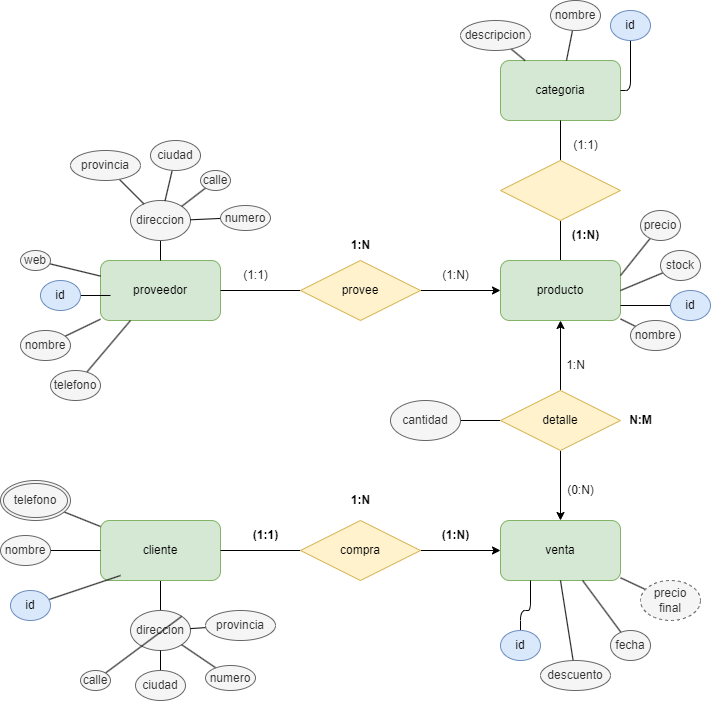
Before: BAE/Tareas/Unidad1/Images/ejercicio2.paso2.drawio.png, a diagram exported from draw.io (ResetMeNow/DAW). Source tidied: cells renumbered, new cells last; positions are measured from the earlier drawing's top-left corner, leaving out a move shared by most shapes. The source it was exported from:
```xml
<mxGraphModel>
  <root>
    <mxCell id="0" />
    <mxCell id="1" parent="0" />
    <mxCell id="2" value="proveedor" style="rounded=1;whiteSpace=wrap;html=1;fillColor=#d5e8d4;strokeColor=#82b366;" parent="1" vertex="1">
      <mxGeometry x="100" y="260" width="120" height="60" as="geometry" />
    </mxCell>
    <mxCell id="3" style="edgeStyle=none;html=1;entryX=0.5;entryY=1;entryDx=0;entryDy=0;endArrow=none;endFill=0;" parent="1" edge="1" source="4" target="20">
      <mxGeometry relative="1" as="geometry" />
    </mxCell>
    <mxCell id="4" value="producto" style="rounded=1;whiteSpace=wrap;html=1;fillColor=#d5e8d4;strokeColor=#82b366;" parent="1" vertex="1">
      <mxGeometry x="500" y="260" width="120" height="60" as="geometry" />
    </mxCell>
    <mxCell id="5" value="venta" style="rounded=1;whiteSpace=wrap;html=1;fillColor=#d5e8d4;strokeColor=#82b366;" parent="1" vertex="1">
      <mxGeometry x="500" y="520" width="120" height="60" as="geometry" />
    </mxCell>
    <mxCell id="6" style="edgeStyle=none;html=1;endArrow=none;endFill=0;" parent="1" edge="1" source="7">
      <mxGeometry relative="1" as="geometry">
        <mxPoint x="160" y="620" as="targetPoint" />
      </mxGeometry>
    </mxCell>
    <mxCell id="7" value="cliente" style="rounded=1;whiteSpace=wrap;html=1;fillColor=#d5e8d4;strokeColor=#82b366;" parent="1" vertex="1">
      <mxGeometry x="100" y="520" width="120" height="60" as="geometry" />
    </mxCell>
    <mxCell id="8" value="categoria" style="rounded=1;whiteSpace=wrap;html=1;fillColor=#d5e8d4;strokeColor=#82b366;" parent="1" vertex="1">
      <mxGeometry x="500" y="60" width="120" height="60" as="geometry" />
    </mxCell>
    <mxCell id="9" style="edgeStyle=none;html=1;entryX=1;entryY=0.5;entryDx=0;entryDy=0;endArrow=none;endFill=0;" parent="1" edge="1" source="11" target="2">
      <mxGeometry relative="1" as="geometry" />
    </mxCell>
    <mxCell id="10" style="edgeStyle=none;html=1;entryX=0;entryY=0.5;entryDx=0;entryDy=0;endArrow=classic;endFill=1;" parent="1" edge="1" source="11" target="4">
      <mxGeometry relative="1" as="geometry" />
    </mxCell>
    <mxCell id="11" value="provee" style="rhombus;whiteSpace=wrap;html=1;fillColor=#fff2cc;strokeColor=#d6b656;" parent="1" vertex="1">
      <mxGeometry x="300" y="260" width="120" height="60" as="geometry" />
    </mxCell>
    <mxCell id="12" style="edgeStyle=none;html=1;entryX=0;entryY=0.5;entryDx=0;entryDy=0;" parent="1" edge="1" source="14" target="5">
      <mxGeometry relative="1" as="geometry" />
    </mxCell>
    <mxCell id="13" style="edgeStyle=none;html=1;entryX=1;entryY=0.5;entryDx=0;entryDy=0;endArrow=none;endFill=0;" parent="1" edge="1" source="14" target="7">
      <mxGeometry relative="1" as="geometry" />
    </mxCell>
    <mxCell id="14" value="compra" style="rhombus;whiteSpace=wrap;html=1;fillColor=#fff2cc;strokeColor=#d6b656;" parent="1" vertex="1">
      <mxGeometry x="300" y="520" width="120" height="60" as="geometry" />
    </mxCell>
    <mxCell id="15" style="edgeStyle=none;html=1;endArrow=classic;endFill=1;" parent="1" edge="1" source="18" target="4">
      <mxGeometry relative="1" as="geometry" />
    </mxCell>
    <mxCell id="16" style="edgeStyle=none;html=1;endArrow=classic;endFill=1;" parent="1" edge="1" source="18" target="5">
      <mxGeometry relative="1" as="geometry" />
    </mxCell>
    <mxCell id="17" style="edgeStyle=none;html=1;endArrow=none;endFill=0;" parent="1" edge="1" source="18" target="21">
      <mxGeometry relative="1" as="geometry" />
    </mxCell>
    <mxCell id="18" value="detalle" style="rhombus;whiteSpace=wrap;html=1;fillColor=#fff2cc;strokeColor=#d6b656;" parent="1" vertex="1">
      <mxGeometry x="500" y="390" width="120" height="60" as="geometry" />
    </mxCell>
    <mxCell id="19" style="edgeStyle=none;html=1;endArrow=none;endFill=0;" parent="1" edge="1" source="20" target="8">
      <mxGeometry relative="1" as="geometry" />
    </mxCell>
    <mxCell id="20" style="rhombus;whiteSpace=wrap;html=1;fillColor=#fff2cc;strokeColor=#d6b656;" parent="1" vertex="1">
      <mxGeometry x="500" y="160" width="120" height="60" as="geometry" />
    </mxCell>
    <mxCell id="21" value="cantidad" style="ellipse;whiteSpace=wrap;html=1;fillColor=#f5f5f5;fontColor=#333333;strokeColor=#666666;" parent="1" vertex="1">
      <mxGeometry x="390" y="400" width="70" height="40" as="geometry" />
    </mxCell>
    <mxCell id="22" style="edgeStyle=none;html=1;entryX=1;entryY=0.75;entryDx=0;entryDy=0;endArrow=none;endFill=0;" parent="1" edge="1" source="23" target="4">
      <mxGeometry relative="1" as="geometry">
        <Array as="points">
          <mxPoint x="670" y="305" />
        </Array>
      </mxGeometry>
    </mxCell>
    <mxCell id="23" value="id" style="ellipse;whiteSpace=wrap;html=1;fillColor=#dae8fc;strokeColor=#6c8ebf;" parent="1" vertex="1">
      <mxGeometry x="670" y="290" width="40" height="30" as="geometry" />
    </mxCell>
    <mxCell id="24" style="edgeStyle=none;html=1;entryX=0.083;entryY=0.583;entryDx=0;entryDy=0;entryPerimeter=0;endArrow=none;endFill=0;" parent="1" edge="1" source="25" target="2">
      <mxGeometry relative="1" as="geometry" />
    </mxCell>
    <mxCell id="25" value="id" style="ellipse;whiteSpace=wrap;html=1;fillColor=#dae8fc;strokeColor=#6c8ebf;" parent="1" vertex="1">
      <mxGeometry x="40" y="280" width="40" height="30" as="geometry" />
    </mxCell>
    <mxCell id="26" style="edgeStyle=none;html=1;endArrow=none;endFill=0;entryX=1;entryY=0.5;entryDx=0;entryDy=0;" parent="1" edge="1" source="27" target="8">
      <mxGeometry relative="1" as="geometry">
        <Array as="points">
          <mxPoint x="630" y="90" />
        </Array>
      </mxGeometry>
    </mxCell>
    <mxCell id="27" value="id" style="ellipse;whiteSpace=wrap;html=1;fillColor=#dae8fc;strokeColor=#6c8ebf;" parent="1" vertex="1">
      <mxGeometry x="610" y="10" width="40" height="30" as="geometry" />
    </mxCell>
    <mxCell id="28" style="edgeStyle=none;html=1;entryX=0.167;entryY=0.917;entryDx=0;entryDy=0;entryPerimeter=0;endArrow=none;endFill=0;" parent="1" edge="1" source="29" target="7">
      <mxGeometry relative="1" as="geometry" />
    </mxCell>
    <mxCell id="29" value="id" style="ellipse;whiteSpace=wrap;html=1;fillColor=#dae8fc;strokeColor=#6c8ebf;" parent="1" vertex="1">
      <mxGeometry x="10" y="590" width="40" height="30" as="geometry" />
    </mxCell>
    <mxCell id="30" style="edgeStyle=none;html=1;endArrow=none;endFill=0;entryX=0.25;entryY=1;entryDx=0;entryDy=0;" parent="1" edge="1" source="31" target="5">
      <mxGeometry relative="1" as="geometry">
        <Array as="points">
          <mxPoint x="520" y="610" />
          <mxPoint x="530" y="610" />
        </Array>
      </mxGeometry>
    </mxCell>
    <mxCell id="31" value="id" style="ellipse;whiteSpace=wrap;html=1;fillColor=#dae8fc;strokeColor=#6c8ebf;" parent="1" vertex="1">
      <mxGeometry x="500" y="630" width="40" height="30" as="geometry" />
    </mxCell>
    <mxCell id="32" style="edgeStyle=none;html=1;endArrow=none;endFill=0;" parent="1" edge="1" source="33" target="2">
      <mxGeometry relative="1" as="geometry" />
    </mxCell>
    <mxCell id="33" value="nombre" style="ellipse;whiteSpace=wrap;html=1;fillColor=#f5f5f5;fontColor=#333333;strokeColor=#666666;" parent="1" vertex="1">
      <mxGeometry x="20" y="330" width="50" height="30" as="geometry" />
    </mxCell>
    <mxCell id="34" style="edgeStyle=none;html=1;entryX=0.25;entryY=1;entryDx=0;entryDy=0;endArrow=none;endFill=0;" parent="1" edge="1" source="35" target="2">
      <mxGeometry relative="1" as="geometry" />
    </mxCell>
    <mxCell id="35" value="telefono" style="ellipse;whiteSpace=wrap;html=1;fillColor=#f5f5f5;fontColor=#333333;strokeColor=#666666;" parent="1" vertex="1">
      <mxGeometry x="50" y="370" width="50" height="30" as="geometry" />
    </mxCell>
    <mxCell id="36" style="edgeStyle=none;html=1;endArrow=none;endFill=0;" parent="1" edge="1" source="37" target="2">
      <mxGeometry relative="1" as="geometry" />
    </mxCell>
    <mxCell id="37" value="web" style="ellipse;whiteSpace=wrap;html=1;fillColor=#f5f5f5;fontColor=#333333;strokeColor=#666666;" parent="1" vertex="1">
      <mxGeometry x="20" y="250" width="30" height="20" as="geometry" />
    </mxCell>
    <mxCell id="38" style="edgeStyle=none;html=1;endArrow=none;endFill=0;" parent="1" edge="1" source="39" target="2">
      <mxGeometry relative="1" as="geometry" />
    </mxCell>
    <mxCell id="39" value="direccion" style="ellipse;whiteSpace=wrap;html=1;fillColor=#f5f5f5;fontColor=#333333;strokeColor=#666666;" parent="1" vertex="1">
      <mxGeometry x="130" y="200" width="60" height="40" as="geometry" />
    </mxCell>
    <mxCell id="40" style="edgeStyle=none;html=1;endArrow=none;endFill=0;" parent="1" edge="1" source="41" target="39">
      <mxGeometry relative="1" as="geometry" />
    </mxCell>
    <mxCell id="41" value="provincia" style="ellipse;whiteSpace=wrap;html=1;fillColor=#f5f5f5;fontColor=#333333;strokeColor=#666666;" parent="1" vertex="1">
      <mxGeometry x="70" y="150" width="70" height="30" as="geometry" />
    </mxCell>
    <mxCell id="42" style="edgeStyle=none;html=1;endArrow=none;endFill=0;" parent="1" edge="1" source="43" target="39">
      <mxGeometry relative="1" as="geometry" />
    </mxCell>
    <mxCell id="43" value="ciudad" style="ellipse;whiteSpace=wrap;html=1;fillColor=#f5f5f5;fontColor=#333333;strokeColor=#666666;" parent="1" vertex="1">
      <mxGeometry x="150" y="140" width="50" height="30" as="geometry" />
    </mxCell>
    <mxCell id="44" style="edgeStyle=none;html=1;entryX=1;entryY=0;entryDx=0;entryDy=0;endArrow=none;endFill=0;" parent="1" edge="1" source="45" target="39">
      <mxGeometry relative="1" as="geometry" />
    </mxCell>
    <mxCell id="45" value="calle" style="ellipse;whiteSpace=wrap;html=1;fillColor=#f5f5f5;fontColor=#333333;strokeColor=#666666;" parent="1" vertex="1">
      <mxGeometry x="200" y="170" width="30" height="20" as="geometry" />
    </mxCell>
    <mxCell id="46" style="edgeStyle=none;html=1;endArrow=none;endFill=0;" parent="1" edge="1" source="47" target="39">
      <mxGeometry relative="1" as="geometry" />
    </mxCell>
    <mxCell id="47" value="numero" style="ellipse;whiteSpace=wrap;html=1;fillColor=#f5f5f5;fontColor=#333333;strokeColor=#666666;" parent="1" vertex="1">
      <mxGeometry x="220" y="205" width="50" height="25" as="geometry" />
    </mxCell>
    <mxCell id="48" style="edgeStyle=none;html=1;endArrow=none;endFill=0;" parent="1" edge="1" source="49" target="8">
      <mxGeometry relative="1" as="geometry" />
    </mxCell>
    <mxCell id="49" value="descripcion" style="ellipse;whiteSpace=wrap;html=1;fillColor=#f5f5f5;fontColor=#333333;strokeColor=#666666;" parent="1" vertex="1">
      <mxGeometry x="460" y="20" width="70" height="30" as="geometry" />
    </mxCell>
    <mxCell id="50" style="edgeStyle=none;html=1;endArrow=none;endFill=0;" parent="1" edge="1" source="51" target="8">
      <mxGeometry relative="1" as="geometry" />
    </mxCell>
    <mxCell id="51" value="nombre" style="ellipse;whiteSpace=wrap;html=1;fillColor=#f5f5f5;fontColor=#333333;strokeColor=#666666;" parent="1" vertex="1">
      <mxGeometry x="550" width="50" height="30" as="geometry" />
    </mxCell>
    <mxCell id="52" style="edgeStyle=none;html=1;endArrow=none;endFill=0;" parent="1" edge="1" source="53" target="4">
      <mxGeometry relative="1" as="geometry" />
    </mxCell>
    <mxCell id="53" value="nombre" style="ellipse;whiteSpace=wrap;html=1;fillColor=#f5f5f5;fontColor=#333333;strokeColor=#666666;" parent="1" vertex="1">
      <mxGeometry x="630" y="320" width="50" height="30" as="geometry" />
    </mxCell>
    <mxCell id="54" style="edgeStyle=none;html=1;entryX=1;entryY=0.25;entryDx=0;entryDy=0;endArrow=none;endFill=0;" parent="1" edge="1" source="55" target="4">
      <mxGeometry relative="1" as="geometry" />
    </mxCell>
    <mxCell id="55" value="precio" style="ellipse;whiteSpace=wrap;html=1;fillColor=#f5f5f5;fontColor=#333333;strokeColor=#666666;" parent="1" vertex="1">
      <mxGeometry x="640" y="210" width="40" height="30" as="geometry" />
    </mxCell>
    <mxCell id="56" style="edgeStyle=none;html=1;entryX=1;entryY=0.5;entryDx=0;entryDy=0;endArrow=none;endFill=0;" parent="1" edge="1" source="57" target="4">
      <mxGeometry relative="1" as="geometry" />
    </mxCell>
    <mxCell id="57" value="stock" style="ellipse;whiteSpace=wrap;html=1;fillColor=#f5f5f5;fontColor=#333333;strokeColor=#666666;" parent="1" vertex="1">
      <mxGeometry x="660" y="250" width="40" height="30" as="geometry" />
    </mxCell>
    <mxCell id="58" style="edgeStyle=none;html=1;entryX=0.5;entryY=1;entryDx=0;entryDy=0;endArrow=none;endFill=0;" parent="1" edge="1" source="59" target="5">
      <mxGeometry relative="1" as="geometry" />
    </mxCell>
    <mxCell id="59" value="descuento" style="ellipse;whiteSpace=wrap;html=1;fillColor=#f5f5f5;fontColor=#333333;strokeColor=#666666;" parent="1" vertex="1">
      <mxGeometry x="540" y="660" width="70" height="30" as="geometry" />
    </mxCell>
    <mxCell id="60" style="edgeStyle=none;html=1;endArrow=none;endFill=0;" parent="1" edge="1" source="61" target="5">
      <mxGeometry relative="1" as="geometry" />
    </mxCell>
    <mxCell id="61" value="fecha" style="ellipse;whiteSpace=wrap;html=1;fillColor=#f5f5f5;fontColor=#333333;strokeColor=#666666;" parent="1" vertex="1">
      <mxGeometry x="610" y="630" width="40" height="30" as="geometry" />
    </mxCell>
    <mxCell id="62" style="edgeStyle=none;html=1;endArrow=none;endFill=0;" parent="1" edge="1" source="63" target="5">
      <mxGeometry relative="1" as="geometry" />
    </mxCell>
    <mxCell id="63" value="precio final" style="ellipse;whiteSpace=wrap;html=1;align=center;dashed=1;fillColor=#f5f5f5;fontColor=#333333;strokeColor=#666666;" parent="1" vertex="1">
      <mxGeometry x="640" y="580" width="60" height="40" as="geometry" />
    </mxCell>
    <mxCell id="64" style="edgeStyle=none;html=1;endArrow=none;endFill=0;" parent="1" edge="1" source="65" target="7">
      <mxGeometry relative="1" as="geometry" />
    </mxCell>
    <mxCell id="65" value="telefono" style="ellipse;shape=doubleEllipse;margin=3;whiteSpace=wrap;html=1;align=center;fillColor=#f5f5f5;fontColor=#333333;strokeColor=#666666;" parent="1" vertex="1">
      <mxGeometry y="480" width="70" height="40" as="geometry" />
    </mxCell>
    <mxCell id="66" style="edgeStyle=none;html=1;endArrow=none;endFill=0;" parent="1" edge="1" source="67" target="7">
      <mxGeometry relative="1" as="geometry" />
    </mxCell>
    <mxCell id="67" value="nombre" style="ellipse;whiteSpace=wrap;html=1;fillColor=#f5f5f5;fontColor=#333333;strokeColor=#666666;" parent="1" vertex="1">
      <mxGeometry y="535" width="50" height="30" as="geometry" />
    </mxCell>
    <mxCell id="68" value="direccion" style="ellipse;whiteSpace=wrap;html=1;fillColor=#f5f5f5;fontColor=#333333;strokeColor=#666666;" parent="1" vertex="1">
      <mxGeometry x="130" y="610" width="60" height="40" as="geometry" />
    </mxCell>
    <mxCell id="69" style="edgeStyle=none;html=1;endArrow=none;endFill=0;" parent="1" edge="1" source="70" target="68">
      <mxGeometry relative="1" as="geometry" />
    </mxCell>
    <mxCell id="70" value="provincia" style="ellipse;whiteSpace=wrap;html=1;fillColor=#f5f5f5;fontColor=#333333;strokeColor=#666666;" parent="1" vertex="1">
      <mxGeometry x="205" y="610" width="70" height="30" as="geometry" />
    </mxCell>
    <mxCell id="71" style="edgeStyle=none;html=1;endArrow=none;endFill=0;" parent="1" edge="1" source="72" target="68">
      <mxGeometry relative="1" as="geometry" />
    </mxCell>
    <mxCell id="72" value="ciudad" style="ellipse;whiteSpace=wrap;html=1;fillColor=#f5f5f5;fontColor=#333333;strokeColor=#666666;" parent="1" vertex="1">
      <mxGeometry x="135" y="670" width="50" height="30" as="geometry" />
    </mxCell>
    <mxCell id="73" style="edgeStyle=none;html=1;entryX=1;entryY=0;entryDx=0;entryDy=0;endArrow=none;endFill=0;" parent="1" edge="1" source="74" target="68">
      <mxGeometry relative="1" as="geometry" />
    </mxCell>
    <mxCell id="74" value="calle" style="ellipse;whiteSpace=wrap;html=1;fillColor=#f5f5f5;fontColor=#333333;strokeColor=#666666;" parent="1" vertex="1">
      <mxGeometry x="80" y="670" width="30" height="20" as="geometry" />
    </mxCell>
    <mxCell id="75" style="edgeStyle=none;html=1;endArrow=none;endFill=0;" parent="1" edge="1" source="76" target="68">
      <mxGeometry relative="1" as="geometry" />
    </mxCell>
    <mxCell id="76" value="numero" style="ellipse;whiteSpace=wrap;html=1;fillColor=#f5f5f5;fontColor=#333333;strokeColor=#666666;" parent="1" vertex="1">
      <mxGeometry x="205" y="665" width="50" height="25" as="geometry" />
    </mxCell>
    <mxCell id="77" value="(1:1)" style="text;html=1;align=center;verticalAlign=middle;strokeColor=none;fillColor=none;" parent="1" vertex="1">
      <mxGeometry x="230" y="260" width="50" height="30" as="geometry" />
    </mxCell>
    <mxCell id="78" value="(1:1)" style="text;html=1;align=center;verticalAlign=middle;strokeColor=none;fillColor=none;" parent="1" vertex="1">
      <mxGeometry x="560" y="130" width="50" height="30" as="geometry" />
    </mxCell>
    <mxCell id="79" value="(1:N)" style="text;html=1;align=center;verticalAlign=middle;strokeColor=none;fillColor=none;" parent="1" vertex="1">
      <mxGeometry x="430" y="260" width="50" height="30" as="geometry" />
    </mxCell>
    <mxCell id="80" value="&lt;b&gt;(1:N)&lt;/b&gt;" style="text;html=1;align=center;verticalAlign=middle;strokeColor=none;fillColor=none;" parent="1" vertex="1">
      <mxGeometry x="560" y="220" width="50" height="30" as="geometry" />
    </mxCell>
    <mxCell id="81" value="&lt;b&gt;1:N&lt;/b&gt;" style="text;html=1;align=center;verticalAlign=middle;strokeColor=none;fillColor=none;" parent="1" vertex="1">
      <mxGeometry x="340" y="230" width="40" height="30" as="geometry" />
    </mxCell>
    <mxCell id="82" value="1:N" style="text;html=1;align=center;verticalAlign=middle;strokeColor=none;fillColor=none;" parent="1" vertex="1">
      <mxGeometry x="555" y="350" width="40" height="30" as="geometry" />
    </mxCell>
    <mxCell id="83" value="&lt;b&gt;N:M&lt;/b&gt;" style="text;html=1;align=center;verticalAlign=middle;strokeColor=none;fillColor=none;" parent="1" vertex="1">
      <mxGeometry x="615" y="405" width="50" height="30" as="geometry" />
    </mxCell>
    <mxCell id="84" value="(0:N)" style="text;html=1;align=center;verticalAlign=middle;strokeColor=none;fillColor=none;" parent="1" vertex="1">
      <mxGeometry x="555" y="475" width="50" height="30" as="geometry" />
    </mxCell>
    <mxCell id="85" value="&lt;b&gt;1:N&lt;/b&gt;" style="text;html=1;align=center;verticalAlign=middle;strokeColor=none;fillColor=none;" parent="1" vertex="1">
      <mxGeometry x="340" y="485" width="40" height="30" as="geometry" />
    </mxCell>
    <mxCell id="86" value="&lt;b&gt;(1:N)&lt;/b&gt;" style="text;html=1;align=center;verticalAlign=middle;strokeColor=none;fillColor=none;" parent="1" vertex="1">
      <mxGeometry x="430" y="520" width="50" height="30" as="geometry" />
    </mxCell>
    <mxCell id="87" value="&lt;b&gt;(1:1)&lt;/b&gt;" style="text;html=1;align=center;verticalAlign=middle;strokeColor=none;fillColor=none;" parent="1" vertex="1">
      <mxGeometry x="240" y="520" width="50" height="30" as="geometry" />
    </mxCell>
  </root>
</mxGraphModel>
```
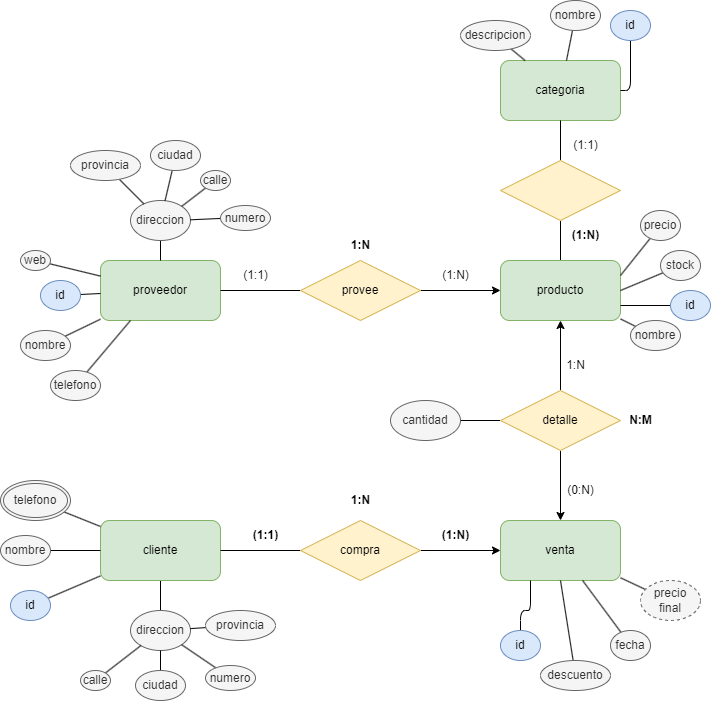
Later version of the same file.

Commit message:
Correciones / Tarea2 - Definición del diagrama de entidad/relación propuesto

Change to the diagram source:
```diff
@@ -74,7 +74,7 @@
     <mxCell id="23" value="id" style="ellipse;whiteSpace=wrap;html=1;fillColor=#dae8fc;strokeColor=#6c8ebf;" parent="1" vertex="1">
       <mxGeometry x="670" y="290" width="40" height="30" as="geometry" />
     </mxCell>
-    <mxCell id="24" style="edgeStyle=none;html=1;entryX=0.083;entryY=0.583;entryDx=0;entryDy=0;entryPerimeter=0;endArrow=none;endFill=0;" parent="1" edge="1" source="25" target="2">
+    <mxCell id="24" style="edgeStyle=none;html=1;endArrow=none;endFill=0;" parent="1" edge="1" source="25" target="2">
       <mxGeometry relative="1" as="geometry" />
     </mxCell>
     <mxCell id="25" value="id" style="ellipse;whiteSpace=wrap;html=1;fillColor=#dae8fc;strokeColor=#6c8ebf;" parent="1" vertex="1">
@@ -90,7 +90,7 @@
     <mxCell id="27" value="id" style="ellipse;whiteSpace=wrap;html=1;fillColor=#dae8fc;strokeColor=#6c8ebf;" parent="1" vertex="1">
       <mxGeometry x="610" y="10" width="40" height="30" as="geometry" />
     </mxCell>
-    <mxCell id="28" style="edgeStyle=none;html=1;entryX=0.167;entryY=0.917;entryDx=0;entryDy=0;entryPerimeter=0;endArrow=none;endFill=0;" parent="1" edge="1" source="29" target="7">
+    <mxCell id="28" style="edgeStyle=none;html=1;endArrow=none;endFill=0;" parent="1" edge="1" source="29" target="7">
       <mxGeometry relative="1" as="geometry" />
     </mxCell>
     <mxCell id="29" value="id" style="ellipse;whiteSpace=wrap;html=1;fillColor=#dae8fc;strokeColor=#6c8ebf;" parent="1" vertex="1">
@@ -230,7 +230,7 @@
     <mxCell id="72" value="ciudad" style="ellipse;whiteSpace=wrap;html=1;fillColor=#f5f5f5;fontColor=#333333;strokeColor=#666666;" parent="1" vertex="1">
       <mxGeometry x="135" y="670" width="50" height="30" as="geometry" />
     </mxCell>
-    <mxCell id="73" style="edgeStyle=none;html=1;entryX=1;entryY=0;entryDx=0;entryDy=0;endArrow=none;endFill=0;" parent="1" edge="1" source="74" target="68">
+    <mxCell id="73" style="edgeStyle=none;html=1;endArrow=none;endFill=0;" parent="1" edge="1" source="74" target="68">
       <mxGeometry relative="1" as="geometry" />
     </mxCell>
     <mxCell id="74" value="calle" style="ellipse;whiteSpace=wrap;html=1;fillColor=#f5f5f5;fontColor=#333333;strokeColor=#666666;" parent="1" vertex="1">
```
